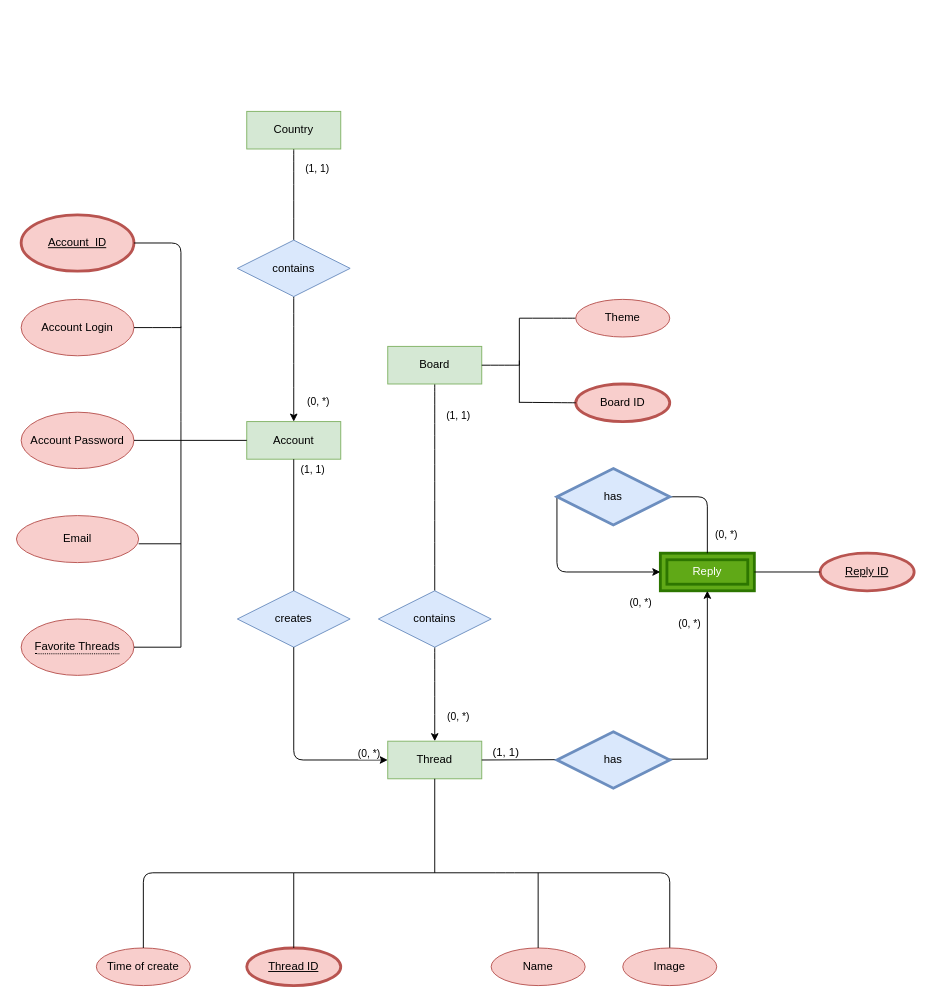
This is Untitled Diagram.drawio from LongaBonga/HSE.ch, a draw.io file, before an edit. Source tidied: cells renumbered, new cells numbered last; positions are measured from the earlier drawing's top-left corner, leaving out a move shared by most shapes. Both pictures are drawn from the tidied source at 94%, with x=0, y=0 at pixel (16, 111).
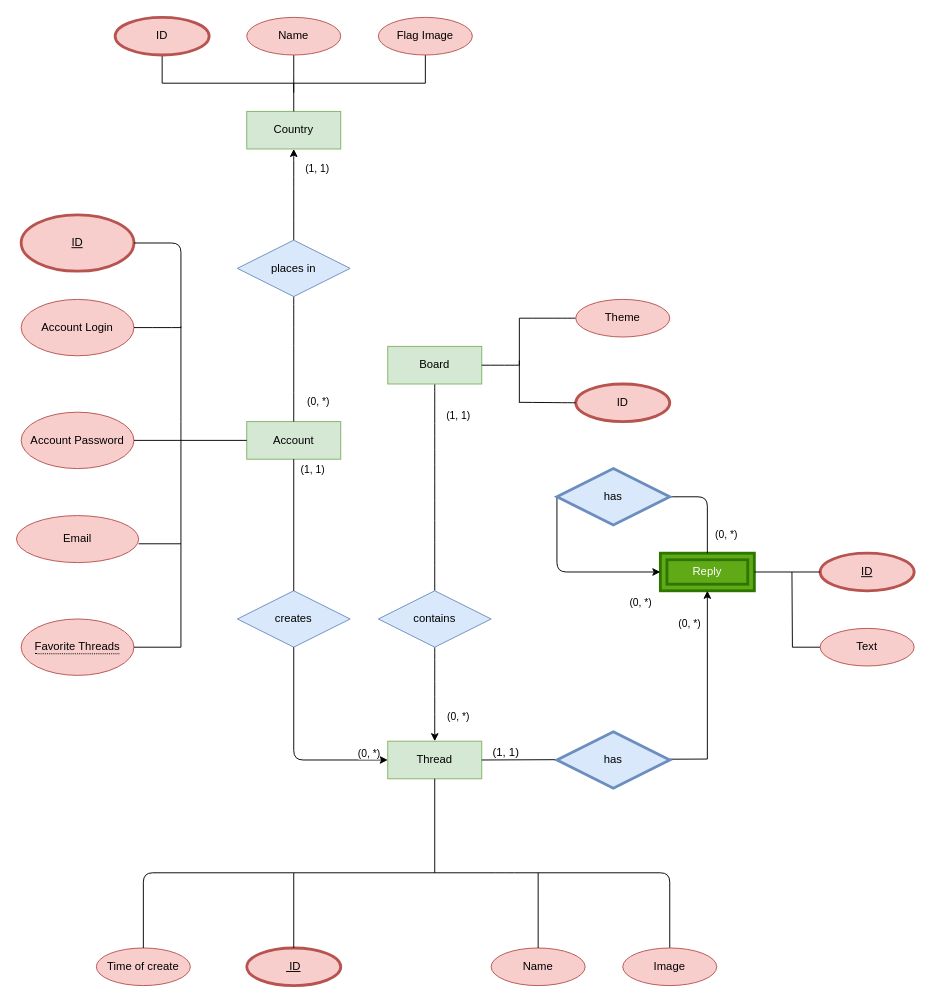
After the change.

The change refers to these unchanged cells:
```xml
<mxCell id="2" value="Account" style="whiteSpace=wrap;html=1;align=center;fillColor=#d5e8d4;strokeColor=#82b366;" parent="1" vertex="1">
  <mxGeometry x="245" y="330" width="100" height="40" as="geometry" />
</mxCell>
<mxCell id="50" value="Country" style="whiteSpace=wrap;html=1;align=center;fillColor=#d5e8d4;strokeColor=#82b366;" parent="1" vertex="1">
  <mxGeometry x="245" width="100" height="40" as="geometry" />
</mxCell>
```

The edit, as a diff of the source:
```diff
@@
-    <mxCell id="15" value="Thread ID" style="ellipse;whiteSpace=wrap;html=1;align=center;fontStyle=4;fillColor=#f8cecc;strokeColor=#b85450;strokeWidth=3;" parent="1" vertex="1">
+    <mxCell id="15" value="&amp;nbsp;ID" style="ellipse;whiteSpace=wrap;html=1;align=center;fontStyle=4;fillColor=#f8cecc;strokeColor=#b85450;strokeWidth=3;" parent="1" vertex="1">
       <mxGeometry x="245" y="890" width="100" height="40" as="geometry" />
     </mxCell>
@@
-    <mxCell id="26" value="Reply ID" style="ellipse;whiteSpace=wrap;html=1;align=center;fontStyle=4;strokeWidth=3;fillColor=#f8cecc;strokeColor=#b85450;" parent="1" vertex="1">
+    <mxCell id="26" value="ID" style="ellipse;whiteSpace=wrap;html=1;align=center;fontStyle=4;strokeWidth=3;fillColor=#f8cecc;strokeColor=#b85450;" parent="1" vertex="1">
       <mxGeometry x="855" y="470" width="100" height="40" as="geometry" />
     </mxCell>
@@
-    <mxCell id="45" value="Board ID" style="ellipse;whiteSpace=wrap;html=1;align=center;fillColor=#f8cecc;strokeColor=#b85450;strokeWidth=3;" parent="1" vertex="1">
+    <mxCell id="45" value="ID" style="ellipse;whiteSpace=wrap;html=1;align=center;fillColor=#f8cecc;strokeColor=#b85450;strokeWidth=3;" parent="1" vertex="1">
       <mxGeometry x="595" y="290" width="100" height="40" as="geometry" />
     </mxCell>
@@
-    <mxCell id="49" style="edgeStyle=none;curved=1;rounded=0;jettySize=auto;html=1;exitX=0.5;exitY=1;exitDx=0;exitDy=0;entryX=0.5;entryY=0;entryDx=0;entryDy=0;endArrow=none;endFill=0;sourcePerimeterSpacing=8;targetPerimeterSpacing=8;" parent="1" edge="1" source="50" target="54">
+    <mxCell id="49" style="edgeStyle=none;curved=1;rounded=0;jettySize=auto;html=1;exitX=0.5;exitY=1;exitDx=0;exitDy=0;entryX=0.5;entryY=0;entryDx=0;entryDy=0;endArrow=none;endFill=0;sourcePerimeterSpacing=8;targetPerimeterSpacing=8;startArrow=classic;startFill=1;" parent="1" edge="1" source="50" target="54">
       <mxGeometry relative="1" as="geometry" />
     </mxCell>
@@
-    <mxCell id="53" style="edgeStyle=none;curved=1;rounded=0;jettySize=auto;html=1;exitX=0.5;exitY=1;exitDx=0;exitDy=0;entryX=0.5;entryY=0;entryDx=0;entryDy=0;endArrow=classic;endFill=1;sourcePerimeterSpacing=8;targetPerimeterSpacing=8;" parent="1" edge="1" source="54" target="2">
+    <mxCell id="53" style="edgeStyle=none;curved=1;rounded=0;jettySize=auto;html=1;exitX=0.5;exitY=1;exitDx=0;exitDy=0;entryX=0.5;entryY=0;entryDx=0;entryDy=0;endArrow=none;endFill=0;sourcePerimeterSpacing=8;targetPerimeterSpacing=8;" parent="1" edge="1" source="54" target="2">
       <mxGeometry relative="1" as="geometry" />
     </mxCell>
-    <mxCell id="54" value="contains" style="shape=rhombus;perimeter=rhombusPerimeter;whiteSpace=wrap;html=1;align=center;strokeWidth=1;fillColor=#dae8fc;strokeColor=#6c8ebf;" parent="1" vertex="1">
+    <mxCell id="54" value="places in" style="shape=rhombus;perimeter=rhombusPerimeter;whiteSpace=wrap;html=1;align=center;strokeWidth=1;fillColor=#dae8fc;strokeColor=#6c8ebf;" parent="1" vertex="1">
       <mxGeometry x="235" y="137" width="120" height="60" as="geometry" />
     </mxCell>
-    <mxCell id="55" value="&lt;u&gt;Account &amp;nbsp;ID&lt;/u&gt;" style="ellipse;whiteSpace=wrap;html=1;fillColor=#f8cecc;strokeColor=#b85450;strokeWidth=3;" parent="1" vertex="1">
+    <mxCell id="55" value="&lt;u&gt;ID&lt;/u&gt;" style="ellipse;whiteSpace=wrap;html=1;fillColor=#f8cecc;strokeColor=#b85450;strokeWidth=3;" parent="1" vertex="1">
       <mxGeometry x="5" y="110" width="120" height="60" as="geometry" />
     </mxCell>
@@
+    <mxCell id="57" style="edgeStyle=orthogonalEdgeStyle;rounded=0;jettySize=auto;html=1;exitX=0.5;exitY=1;exitDx=0;exitDy=0;endArrow=none;endFill=0;" parent="1" edge="1" source="58">
+      <mxGeometry relative="1" as="geometry">
+        <mxPoint x="295" y="-20" as="targetPoint" />
+      </mxGeometry>
+    </mxCell>
+    <mxCell id="58" value="Name" style="ellipse;whiteSpace=wrap;html=1;align=center;fillColor=#f8cecc;strokeColor=#b85450;strokeWidth=1;" parent="1" vertex="1">
+      <mxGeometry x="245" y="-100" width="100" height="40" as="geometry" />
+    </mxCell>
+    <mxCell id="59" style="edgeStyle=orthogonalEdgeStyle;rounded=0;jettySize=auto;html=1;exitX=0.5;exitY=1;exitDx=0;exitDy=0;endArrow=none;endFill=0;" parent="1" edge="1" source="60" target="50">
+      <mxGeometry relative="1" as="geometry">
+        <Array as="points">
+          <mxPoint x="155" y="-30" />
+          <mxPoint x="295" y="-30" />
+        </Array>
+      </mxGeometry>
+    </mxCell>
+    <mxCell id="60" value="ID" style="ellipse;whiteSpace=wrap;html=1;align=center;fillColor=#f8cecc;strokeColor=#b85450;strokeWidth=3;" parent="1" vertex="1">
+      <mxGeometry x="105" y="-100" width="100" height="40" as="geometry" />
+    </mxCell>
+    <mxCell id="61" style="edgeStyle=orthogonalEdgeStyle;rounded=0;jettySize=auto;html=1;endArrow=none;endFill=0;exitX=0.5;exitY=1;exitDx=0;exitDy=0;" parent="1" edge="1" source="62">
+      <mxGeometry relative="1" as="geometry">
+        <mxPoint x="295" y="-30" as="targetPoint" />
+        <Array as="points">
+          <mxPoint x="435" y="-30" />
+        </Array>
+      </mxGeometry>
+    </mxCell>
+    <mxCell id="62" value="Flag Image" style="ellipse;whiteSpace=wrap;html=1;align=center;fillColor=#f8cecc;strokeColor=#b85450;strokeWidth=1;" parent="1" vertex="1">
+      <mxGeometry x="385" y="-100" width="100" height="40" as="geometry" />
+    </mxCell>
+    <mxCell id="63" style="edgeStyle=orthogonalEdgeStyle;rounded=0;jettySize=auto;html=1;exitX=0;exitY=0.5;exitDx=0;exitDy=0;startArrow=none;startFill=0;endArrow=none;endFill=0;" parent="1" edge="1" source="64">
+      <mxGeometry relative="1" as="geometry">
+        <mxPoint x="825" y="490" as="targetPoint" />
+      </mxGeometry>
+    </mxCell>
+    <mxCell id="64" value="Text" style="ellipse;whiteSpace=wrap;html=1;align=center;fillColor=#f8cecc;strokeColor=#b85450;strokeWidth=1;" parent="1" vertex="1">
+      <mxGeometry x="855" y="550" width="100" height="40" as="geometry" />
+    </mxCell>
```
